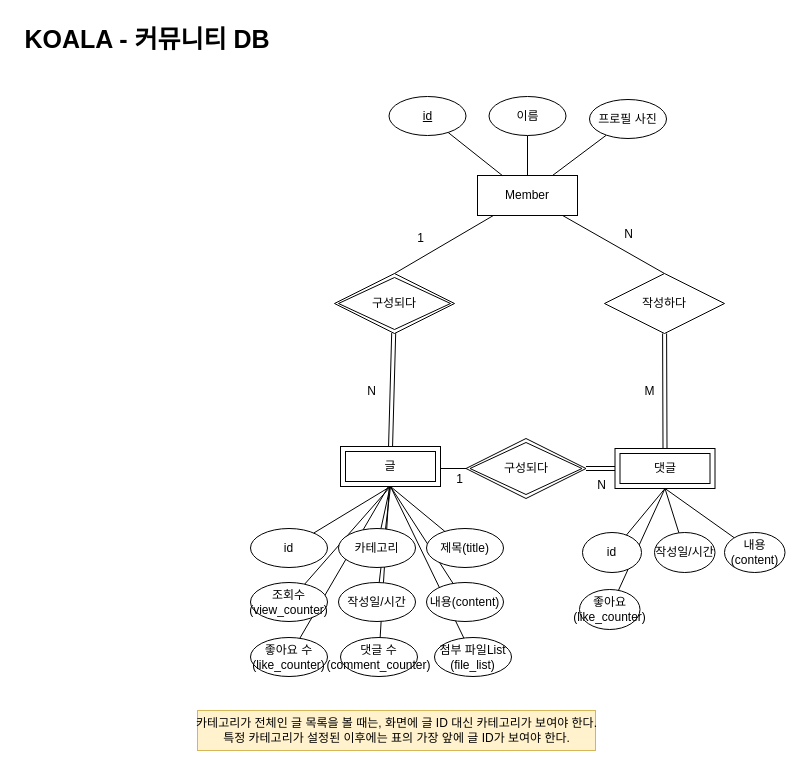
Before: DBArchitecture/koala_community.drawio in cobinding/draw.io_collection, a draw.io diagram. Source tidied: cells renumbered, new cells numbered last; positions are measured from the earlier drawing's top-left corner, leaving out a move shared by most shapes. Both pictures are drawn from the tidied source at 100%, with x=0, y=0 at pixel (17, 17).
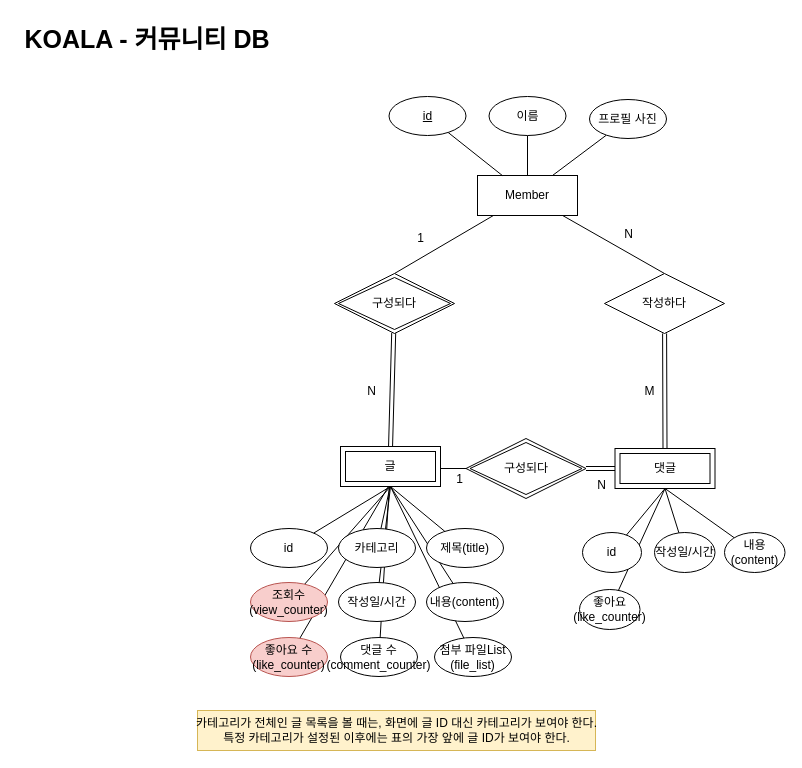
Above is the later version.

The edit, as a diff of the source:
```diff
@@
-    <mxCell id="29" value="조회수(view_counter)" style="ellipse;whiteSpace=wrap;html=1;align=center;" parent="1" vertex="1">
+    <mxCell id="29" value="조회수(view_counter)" style="ellipse;whiteSpace=wrap;html=1;align=center;fillColor=#f8cecc;strokeColor=#b85450;" parent="1" vertex="1">
       <mxGeometry x="233" y="565" width="77" height="39" as="geometry" />
     </mxCell>
@@
-    <mxCell id="47" value="좋아요 수&lt;div&gt;(like_counter)&lt;/div&gt;" style="ellipse;whiteSpace=wrap;html=1;align=center;" parent="1" vertex="1">
+    <mxCell id="47" value="좋아요 수&lt;div&gt;(like_counter)&lt;/div&gt;" style="ellipse;whiteSpace=wrap;html=1;align=center;fillColor=#f8cecc;strokeColor=#b85450;" parent="1" vertex="1">
       <mxGeometry x="233" y="620" width="77" height="39" as="geometry" />
     </mxCell>
```
